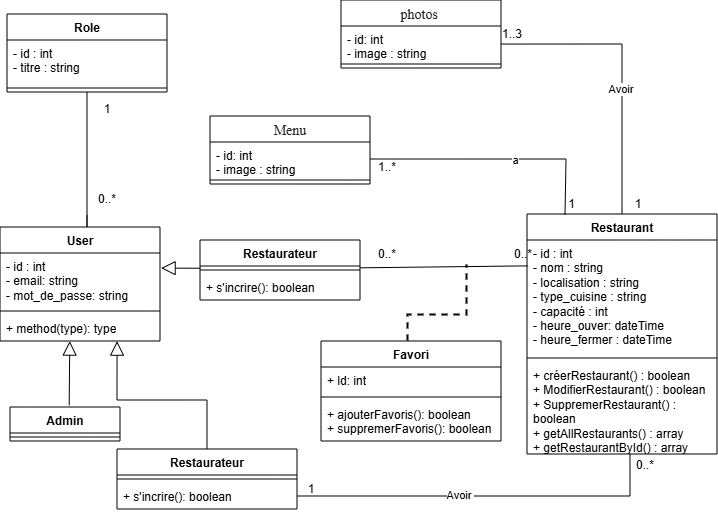
AZIZABADA10/YouCo-Done keeps this draw.io diagram as Modelisation/Diagramme_classe.png. Above is the earlier version. Source tidied: cells renumbered, new cells last; positions are measured from the earlier drawing's top-left corner, leaving out a move shared by most shapes.
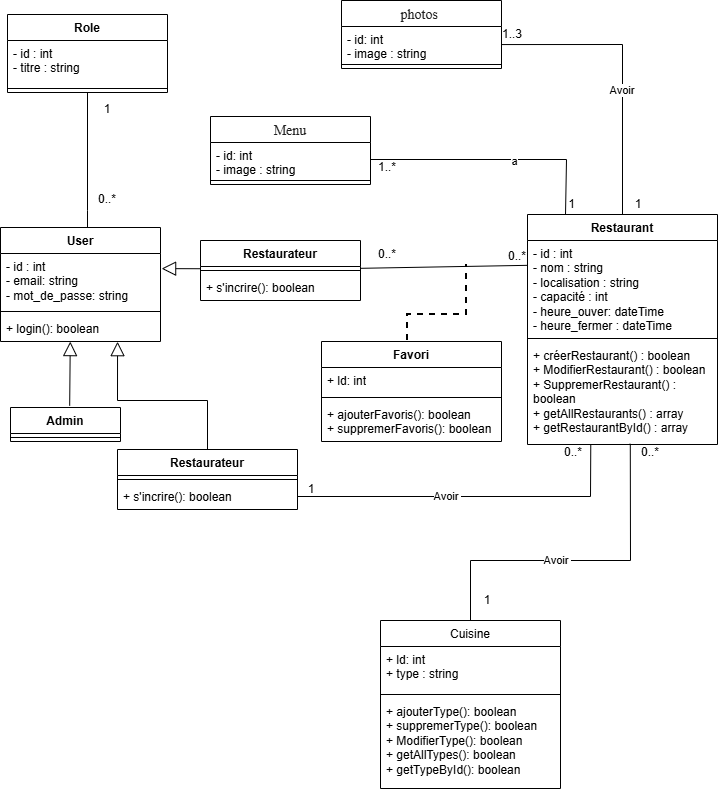
After the commit.

Commit message:
docs(modelisation): modification sur le diagramme de classe

The edit, as a diff of the source:
```diff
@@ -3,16 +3,16 @@
     <mxCell id="0" />
     <mxCell id="1" parent="0" />
     <mxCell id="2" value="Restaurant" style="swimlane;fontStyle=1;align=center;verticalAlign=top;horizontal=1;startSize=26;whiteSpace=wrap;html=1;" parent="1" vertex="1">
-      <mxGeometry x="527" y="214" width="190" height="240" as="geometry" />
+      <mxGeometry x="527" y="214" width="190" height="230" as="geometry" />
     </mxCell>
-    <mxCell id="3" value="- id : int&lt;div&gt;&lt;span style=&quot;background-color: transparent; color: light-dark(rgb(0, 0, 0), rgb(255, 255, 255));&quot;&gt;- nom : string&lt;/span&gt;&lt;/div&gt;&lt;div&gt;&lt;span style=&quot;background-color: transparent; color: light-dark(rgb(0, 0, 0), rgb(255, 255, 255));&quot;&gt;- localisation : string&lt;/span&gt;&lt;/div&gt;&lt;div&gt;&lt;span style=&quot;background-color: transparent; color: light-dark(rgb(0, 0, 0), rgb(255, 255, 255));&quot;&gt;- type_cuisine : string&lt;/span&gt;&lt;/div&gt;&lt;div&gt;&lt;span style=&quot;background-color: transparent; color: light-dark(rgb(0, 0, 0), rgb(255, 255, 255));&quot;&gt;- capacité : int&lt;/span&gt;&lt;/div&gt;&lt;div&gt;&lt;span style=&quot;background-color: transparent; color: light-dark(rgb(0, 0, 0), rgb(255, 255, 255));&quot;&gt;- heure_ouver: dateTime&lt;/span&gt;&lt;/div&gt;&lt;div&gt;&lt;span style=&quot;background-color: transparent; color: light-dark(rgb(0, 0, 0), rgb(255, 255, 255));&quot;&gt;- heure_fermer : dateTime&lt;/span&gt;&lt;/div&gt;" style="text;strokeColor=none;fillColor=none;align=left;verticalAlign=top;spacingLeft=4;spacingRight=4;overflow=hidden;points=[[0,0.5],[1,0.5]];portConstraint=eastwest;whiteSpace=wrap;html=1;" parent="2" vertex="1">
-      <mxGeometry y="26" width="190" height="114" as="geometry" />
+    <mxCell id="3" value="- id : int&lt;div&gt;&lt;span style=&quot;background-color: transparent; color: light-dark(rgb(0, 0, 0), rgb(255, 255, 255));&quot;&gt;- nom : string&lt;/span&gt;&lt;/div&gt;&lt;div&gt;&lt;span style=&quot;background-color: transparent; color: light-dark(rgb(0, 0, 0), rgb(255, 255, 255));&quot;&gt;- localisation : string&lt;/span&gt;&lt;/div&gt;&lt;div&gt;&lt;span style=&quot;background-color: transparent; color: light-dark(rgb(0, 0, 0), rgb(255, 255, 255));&quot;&gt;- capacité : int&lt;/span&gt;&lt;/div&gt;&lt;div&gt;&lt;span style=&quot;background-color: transparent; color: light-dark(rgb(0, 0, 0), rgb(255, 255, 255));&quot;&gt;- heure_ouver: dateTime&lt;/span&gt;&lt;/div&gt;&lt;div&gt;&lt;span style=&quot;background-color: transparent; color: light-dark(rgb(0, 0, 0), rgb(255, 255, 255));&quot;&gt;- heure_fermer : dateTime&lt;/span&gt;&lt;/div&gt;" style="text;strokeColor=none;fillColor=none;align=left;verticalAlign=top;spacingLeft=4;spacingRight=4;overflow=hidden;points=[[0,0.5],[1,0.5]];portConstraint=eastwest;whiteSpace=wrap;html=1;" parent="2" vertex="1">
+      <mxGeometry y="26" width="190" height="94" as="geometry" />
     </mxCell>
     <mxCell id="4" style="line;strokeWidth=1;fillColor=none;align=left;verticalAlign=middle;spacingTop=-1;spacingLeft=3;spacingRight=3;labelPosition=right;strokeColor=inherit;" parent="2" vertex="1">
-      <mxGeometry y="140" width="190" height="8" as="geometry" />
+      <mxGeometry y="120" width="190" height="8" as="geometry" />
     </mxCell>
     <mxCell id="5" value="+ créerRestaurant() : boolean&lt;div&gt;+ ModifierRestaurant() : boolean&lt;/div&gt;&lt;div&gt;+ SuppremerRestaurant() : boolean&lt;/div&gt;&lt;div&gt;+ getAllRestaurants() : array&lt;/div&gt;&lt;div&gt;+ getRestaurantById() : array&lt;/div&gt;" style="text;strokeColor=none;fillColor=none;align=left;verticalAlign=top;spacingLeft=4;spacingRight=4;overflow=hidden;points=[[0,0.5],[1,0.5]];portConstraint=eastwest;whiteSpace=wrap;html=1;" parent="2" vertex="1">
-      <mxGeometry y="148" width="190" height="92" as="geometry" />
+      <mxGeometry y="128" width="190" height="102" as="geometry" />
     </mxCell>
     <mxCell id="6" value="&lt;div style=&quot;text-align: left;&quot;&gt;&lt;span style=&quot;background-color: transparent; color: light-dark(rgb(0, 0, 0), rgb(255, 255, 255));&quot;&gt;Role&lt;/span&gt;&lt;/div&gt;" style="swimlane;fontStyle=1;align=center;verticalAlign=top;horizontal=1;startSize=26;whiteSpace=wrap;html=1;" parent="1" vertex="1">
       <mxGeometry x="7" y="14" width="160" height="78" as="geometry" />
@@ -66,16 +66,16 @@
     <mxCell id="18" value="0..*" style="text;html=1;whiteSpace=wrap;strokeColor=none;fillColor=none;align=center;verticalAlign=middle;rounded=0;" parent="1" vertex="1">
       <mxGeometry x="77" y="184" width="60" height="30" as="geometry" />
     </mxCell>
-    <mxCell id="19" style="html=1;verticalAlign=bottom;labelBackgroundColor=none;endArrow=none;endFill=0;endSize=6;align=left;rounded=0;entryX=0.003;entryY=0.227;entryDx=0;entryDy=0;exitX=0.999;exitY=0.227;exitDx=0;exitDy=0;entryPerimeter=0;exitPerimeter=0;" parent="1" edge="1" source="51" target="3">
+    <mxCell id="19" style="html=1;verticalAlign=bottom;labelBackgroundColor=none;endArrow=none;endFill=0;endSize=6;align=left;rounded=0;entryX=0.739;entryY=0.942;entryDx=0;entryDy=0;exitX=0.999;exitY=0.227;exitDx=0;exitDy=0;entryPerimeter=0;exitPerimeter=0;" parent="1" edge="1" source="51" target="25">
       <mxGeometry x="-1" relative="1" as="geometry" />
     </mxCell>
     <mxCell id="20" style="edgeStyle=none;html=1;endSize=12;endArrow=block;endFill=0;rounded=0;exitX=0.003;exitY=0.279;exitDx=0;exitDy=0;entryX=1.007;entryY=0.28;entryDx=0;entryDy=0;exitPerimeter=0;entryPerimeter=0;" parent="1" edge="1" source="51" target="45">
       <mxGeometry relative="1" as="geometry" />
     </mxCell>
-    <mxCell id="21" style="html=1;verticalAlign=bottom;labelBackgroundColor=none;endArrow=none;endFill=0;endSize=6;align=left;rounded=0;entryX=0.542;entryY=1.003;entryDx=0;entryDy=0;exitX=1;exitY=0.5;exitDx=0;exitDy=0;entryPerimeter=0;" parent="1" edge="1" source="11" target="5">
+    <mxCell id="21" style="html=1;verticalAlign=bottom;labelBackgroundColor=none;endArrow=none;endFill=0;endSize=6;align=left;rounded=0;entryX=0.333;entryY=1.002;entryDx=0;entryDy=0;exitX=1;exitY=0.5;exitDx=0;exitDy=0;entryPerimeter=0;" parent="1" edge="1" source="11" target="5">
       <mxGeometry x="-1" relative="1" as="geometry">
         <Array as="points">
-          <mxPoint x="630" y="496" />
+          <mxPoint x="590" y="496" />
         </Array>
       </mxGeometry>
     </mxCell>
@@ -98,13 +98,13 @@
       <mxGeometry x="367" y="244" width="40" height="20" as="geometry" />
     </mxCell>
     <mxCell id="25" value="0..*" style="text;html=1;whiteSpace=wrap;strokeColor=none;fillColor=none;align=center;verticalAlign=middle;rounded=0;" parent="1" vertex="1">
-      <mxGeometry x="503" y="244" width="40" height="20" as="geometry" />
+      <mxGeometry x="497" y="246" width="40" height="20" as="geometry" />
     </mxCell>
     <mxCell id="26" value="1" style="text;html=1;whiteSpace=wrap;strokeColor=none;fillColor=none;align=center;verticalAlign=middle;rounded=0;" parent="1" vertex="1">
       <mxGeometry x="281" y="474" width="60" height="30" as="geometry" />
     </mxCell>
     <mxCell id="27" value="0..*" style="text;html=1;whiteSpace=wrap;strokeColor=none;fillColor=none;align=center;verticalAlign=middle;rounded=0;" parent="1" vertex="1">
-      <mxGeometry x="630" y="453" width="30" height="24" as="geometry" />
+      <mxGeometry x="563" y="444" width="20" height="16" as="geometry" />
     </mxCell>
     <mxCell id="28" value="Favori" style="swimlane;fontStyle=1;align=center;verticalAlign=top;horizontal=1;startSize=26;whiteSpace=wrap;html=1;" parent="1" vertex="1">
       <mxGeometry x="321" y="341" width="180" height="100" as="geometry" />
@@ -169,7 +169,7 @@
     <mxCell id="46" style="line;strokeWidth=1;fillColor=none;align=left;verticalAlign=middle;spacingTop=-1;spacingLeft=3;spacingRight=3;labelPosition=right;strokeColor=inherit;" parent="44" vertex="1">
       <mxGeometry y="80" width="160" height="8" as="geometry" />
     </mxCell>
-    <mxCell id="47" value="+ method(type): type" style="text;strokeColor=none;fillColor=none;align=left;verticalAlign=top;spacingLeft=4;spacingRight=4;overflow=hidden;points=[[0,0.5],[1,0.5]];portConstraint=eastwest;whiteSpace=wrap;html=1;" parent="44" vertex="1">
+    <mxCell id="47" value="+ login(): boolean" style="text;strokeColor=none;fillColor=none;align=left;verticalAlign=top;spacingLeft=4;spacingRight=4;overflow=hidden;points=[[0,0.5],[1,0.5]];portConstraint=eastwest;whiteSpace=wrap;html=1;" parent="44" vertex="1">
       <mxGeometry y="88" width="160" height="26" as="geometry" />
     </mxCell>
     <mxCell id="48" style="html=1;verticalAlign=bottom;labelBackgroundColor=none;endArrow=none;endFill=0;endSize=6;align=left;rounded=0;entryX=1;entryY=0.5;entryDx=0;entryDy=0;exitX=0.2;exitY=0.002;exitDx=0;exitDy=0;exitPerimeter=0;" parent="1" edge="1" source="2" target="42">
@@ -193,5 +193,36 @@
     <mxCell id="52" value="&lt;div&gt;+ s'incrire(&lt;span style=&quot;background-color: transparent; color: light-dark(rgb(0, 0, 0), rgb(255, 255, 255));&quot;&gt;): boolean&lt;/span&gt;&lt;/div&gt;" style="text;strokeColor=none;fillColor=none;align=left;verticalAlign=top;spacingLeft=4;spacingRight=4;overflow=hidden;whiteSpace=wrap;html=1;" parent="50" vertex="1">
       <mxGeometry y="34" width="160" height="26" as="geometry" />
     </mxCell>
+    <mxCell id="53" value="&lt;div style=&quot;font-weight: 400; text-align: left;&quot;&gt;&lt;span style=&quot;background-color: transparent; color: light-dark(rgb(0, 0, 0), rgb(255, 255, 255));&quot;&gt;Cuisine&lt;/span&gt;&lt;/div&gt;" style="swimlane;fontStyle=1;align=center;verticalAlign=top;horizontal=1;startSize=26;whiteSpace=wrap;html=1;" parent="1" vertex="1">
+      <mxGeometry x="380" y="620" width="180" height="168" as="geometry" />
+    </mxCell>
+    <mxCell id="54" value="+ ld: int&lt;div&gt;+ type : string&lt;/div&gt;" style="text;strokeColor=none;fillColor=none;align=left;verticalAlign=top;spacingLeft=4;spacingRight=4;overflow=hidden;whiteSpace=wrap;html=1;" parent="53" vertex="1">
+      <mxGeometry y="26" width="180" height="44" as="geometry" />
+    </mxCell>
+    <mxCell id="55" style="line;strokeWidth=1;fillColor=none;align=left;verticalAlign=middle;spacingTop=-1;spacingLeft=3;spacingRight=3;labelPosition=right;strokeColor=inherit;" parent="53" vertex="1">
+      <mxGeometry y="70" width="180" height="8" as="geometry" />
+    </mxCell>
+    <mxCell id="56" value="+ ajouterType(): boolean&lt;div&gt;+ suppremerType(): boolean&lt;/div&gt;&lt;div&gt;+&amp;nbsp;&lt;span style=&quot;background-color: transparent; color: light-dark(rgb(0, 0, 0), rgb(255, 255, 255));&quot;&gt;Modifier&lt;/span&gt;&lt;span style=&quot;background-color: transparent; color: light-dark(rgb(0, 0, 0), rgb(255, 255, 255));&quot;&gt;Type(): boolean&lt;/span&gt;&lt;/div&gt;&lt;div&gt;+ getAllTypes(): boolean&lt;/div&gt;&lt;div&gt;+ getTypeById(): boolean&lt;/div&gt;" style="text;strokeColor=none;fillColor=none;align=left;verticalAlign=top;spacingLeft=4;spacingRight=4;overflow=hidden;whiteSpace=wrap;html=1;" parent="53" vertex="1">
+      <mxGeometry y="78" width="180" height="90" as="geometry" />
+    </mxCell>
+    <mxCell id="57" style="html=1;verticalAlign=bottom;labelBackgroundColor=none;endArrow=none;endFill=0;endSize=6;align=left;rounded=0;entryX=0.541;entryY=0.993;entryDx=0;entryDy=0;exitX=0.5;exitY=0;exitDx=0;exitDy=0;entryPerimeter=0;" parent="1" edge="1" source="53" target="5">
+      <mxGeometry x="-1" relative="1" as="geometry">
+        <Array as="points">
+          <mxPoint x="470" y="560" />
+          <mxPoint x="630" y="560" />
+        </Array>
+      </mxGeometry>
+    </mxCell>
+    <mxCell id="58" value="Avoir&amp;nbsp;" style="edgeLabel;html=1;align=center;verticalAlign=middle;" parent="57" vertex="1">
+      <mxGeometry x="-0.14" y="1" relative="1" as="geometry">
+        <mxPoint x="1" as="offset" />
+      </mxGeometry>
+    </mxCell>
+    <mxCell id="59" value="1" style="text;html=1;whiteSpace=wrap;strokeColor=none;fillColor=none;align=center;verticalAlign=middle;rounded=0;" parent="1" vertex="1">
+      <mxGeometry x="477" y="590" width="20" height="20" as="geometry" />
+    </mxCell>
+    <mxCell id="60" value="0..*" style="text;html=1;whiteSpace=wrap;strokeColor=none;fillColor=none;align=center;verticalAlign=middle;rounded=0;" parent="1" vertex="1">
+      <mxGeometry x="640" y="444" width="20" height="16" as="geometry" />
+    </mxCell>
   </root>
 </mxGraphModel>
```
